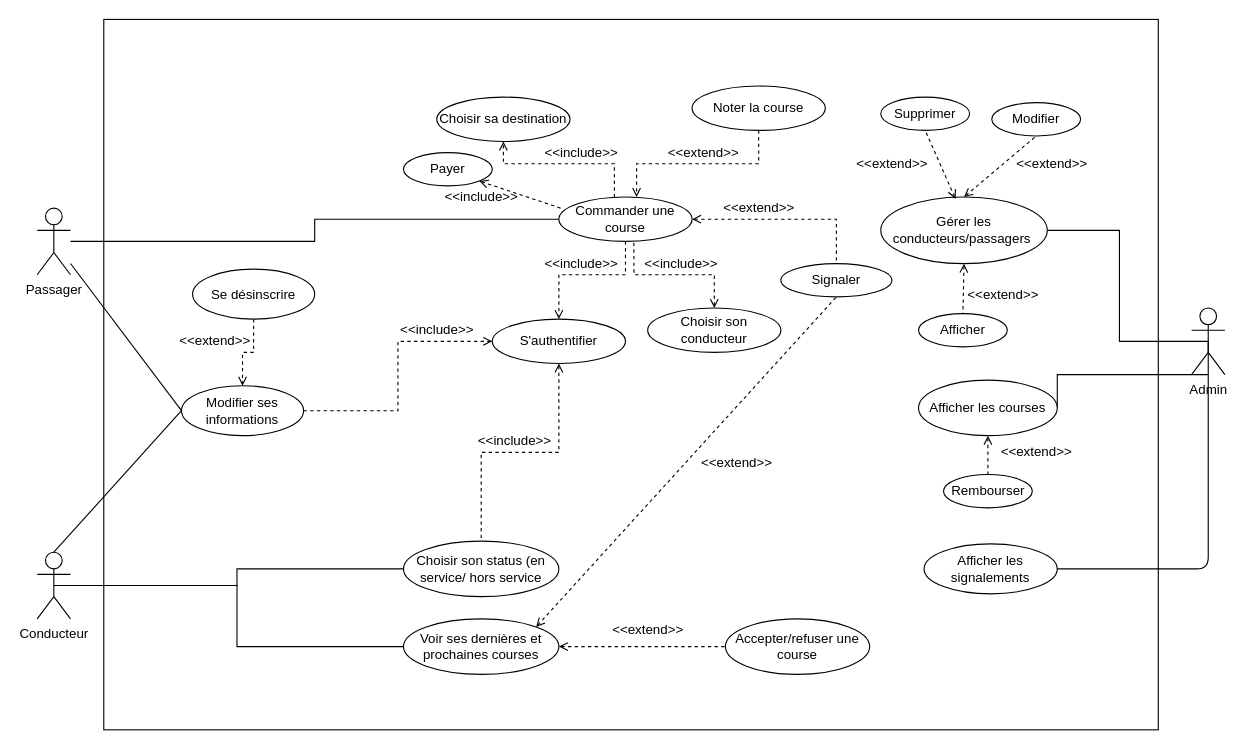
Above: gestion_de_projet/cas-utilisation.drawio in mboultoureau/utaxi (draw.io), before the change. Source tidied: cells renumbered, new cells numbered last; positions are measured from the earlier drawing's top-left corner, leaving out a move shared by most shapes. Both pictures are drawn from the tidied source at 111%, with x=0, y=0 at pixel (37, 19).
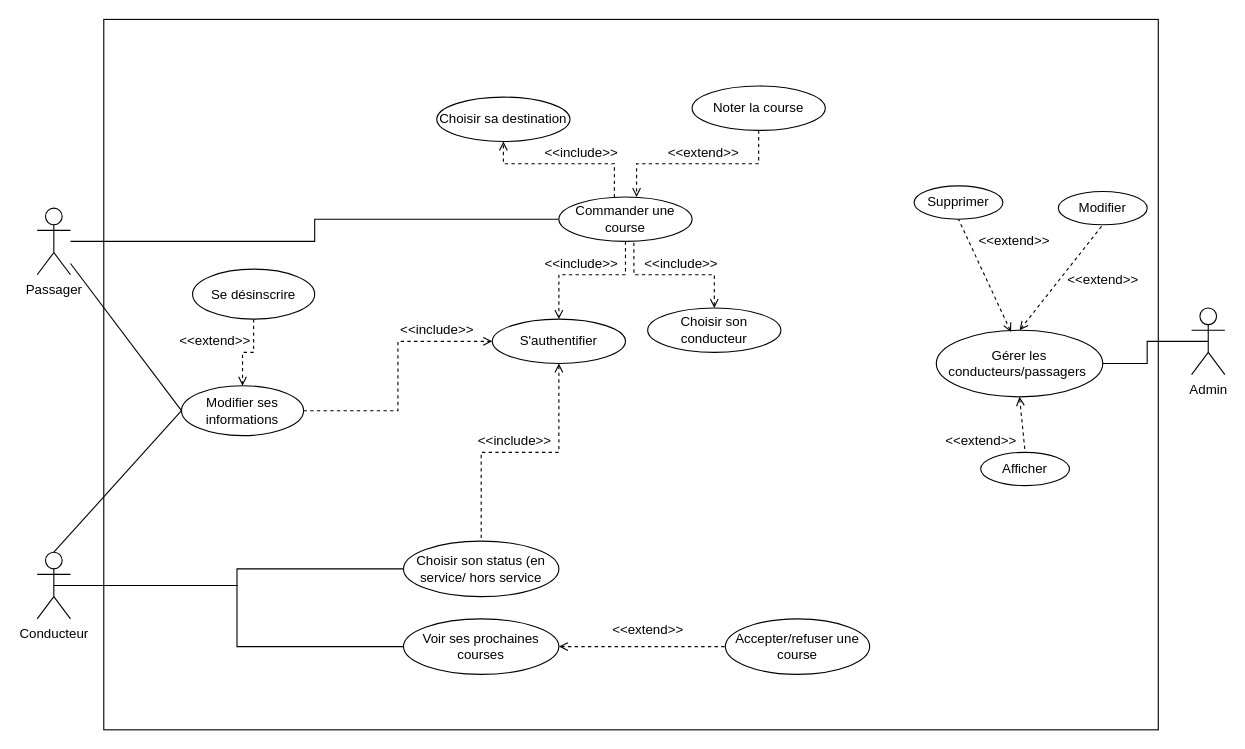
After the change.

Commit message:
modification du diagramme de cas d'utilisaation

Unchanged cells that the change refers to:
```xml
<mxCell id="6" value="Admin" style="shape=umlActor;verticalLabelPosition=bottom;labelBackgroundColor=#ffffff;verticalAlign=top;html=1;outlineConnect=0;" parent="1" vertex="1">
  <mxGeometry x="1040" y="260" width="30" height="60" as="geometry" />
</mxCell>
<mxCell id="14" value="Commander une course" style="ellipse;whiteSpace=wrap;html=1;" parent="1" vertex="1">
  <mxGeometry x="470" y="160" width="120" height="40" as="geometry" />
</mxCell>
```

What changed in the source:
```diff
@@
-    <mxCell id="11" style="edgeStyle=orthogonalEdgeStyle;rounded=0;jettySize=auto;html=1;dashed=1;startArrow=open;startFill=0;endArrow=none;endFill=0;entryX=0.5;entryY=0;entryDx=0;entryDy=0;" parent="1" edge="1" source="14" target="20">
-      <mxGeometry relative="1" as="geometry" />
-    </mxCell>
@@
-    <mxCell id="20" value="Signaler" style="ellipse;whiteSpace=wrap;html=1;" parent="1" vertex="1">
-      <mxGeometry x="670" y="220" width="100" height="30" as="geometry" />
-    </mxCell>
-    <mxCell id="21" value="&amp;lt;&amp;lt;include&amp;gt;&amp;gt;" style="text;html=1;align=center;verticalAlign=middle;" parent="1" vertex="1">
-      <mxGeometry x="360" y="150" width="80" height="20" as="geometry" />
-    </mxCell>
     <mxCell id="22" value="Gérer les conducteurs/passagers&amp;nbsp;" style="ellipse;whiteSpace=wrap;html=1;" parent="1" vertex="1">
-      <mxGeometry x="760" y="160" width="150" height="60" as="geometry" />
+      <mxGeometry x="810" y="280" width="150" height="60" as="geometry" />
     </mxCell>
@@
-    <mxCell id="34" value="Voir ses dernières et prochaines courses" style="ellipse;whiteSpace=wrap;html=1;" parent="1" vertex="1">
+    <mxCell id="34" value="Voir ses prochaines courses" style="ellipse;whiteSpace=wrap;html=1;" parent="1" vertex="1">
       <mxGeometry x="330" y="540" width="140" height="50" as="geometry" />
     </mxCell>
@@
     <mxCell id="42" value="Modifier" style="ellipse;whiteSpace=wrap;html=1;" parent="1" vertex="1">
-      <mxGeometry x="860" y="75" width="80" height="30" as="geometry" />
+      <mxGeometry x="920" y="155" width="80" height="30" as="geometry" />
     </mxCell>
@@
     <mxCell id="44" value="&amp;lt;&amp;lt;extend&amp;gt;&amp;gt;" style="text;html=1;align=center;verticalAlign=middle;" parent="1" vertex="1">
-      <mxGeometry x="874" y="120" width="80" height="20" as="geometry" />
+      <mxGeometry x="920" y="225" width="80" height="20" as="geometry" />
     </mxCell>
     <mxCell id="45" value="Supprimer" style="ellipse;whiteSpace=wrap;html=1;" parent="1" vertex="1">
-      <mxGeometry x="760" y="70" width="80" height="30" as="geometry" />
+      <mxGeometry x="790" y="150" width="80" height="30" as="geometry" />
     </mxCell>
@@
     <mxCell id="47" value="&amp;lt;&amp;lt;extend&amp;gt;&amp;gt;" style="text;html=1;align=center;verticalAlign=middle;" parent="1" vertex="1">
-      <mxGeometry x="730" y="120" width="80" height="20" as="geometry" />
+      <mxGeometry x="840" y="190" width="80" height="20" as="geometry" />
     </mxCell>
     <mxCell id="48" value="Afficher" style="ellipse;whiteSpace=wrap;html=1;" parent="1" vertex="1">
-      <mxGeometry x="794" y="265" width="80" height="30" as="geometry" />
+      <mxGeometry x="850" y="390" width="80" height="30" as="geometry" />
     </mxCell>
@@
     <mxCell id="50" value="&amp;lt;&amp;lt;extend&amp;gt;&amp;gt;" style="text;html=1;align=center;verticalAlign=middle;" parent="1" vertex="1">
-      <mxGeometry x="830" y="237.5" width="80" height="20" as="geometry" />
+      <mxGeometry x="810" y="370" width="80" height="20" as="geometry" />
     </mxCell>
-    <mxCell id="51" style="edgeStyle=orthogonalEdgeStyle;rounded=0;jettySize=auto;html=1;startArrow=none;startFill=0;endArrow=none;endFill=0;entryX=1;entryY=0.5;entryDx=0;entryDy=0;exitX=0.5;exitY=0.5;exitDx=0;exitDy=0;exitPerimeter=0;" parent="1" edge="1" source="6" target="52">
-      <mxGeometry relative="1" as="geometry">
-        <Array as="points">
-          <mxPoint x="1055" y="320" />
-          <mxPoint x="919" y="320" />
-        </Array>
-      </mxGeometry>
-    </mxCell>
-    <mxCell id="52" value="Afficher les courses" style="ellipse;whiteSpace=wrap;html=1;" parent="1" vertex="1">
-      <mxGeometry x="794" y="325" width="125" height="50" as="geometry" />
-    </mxCell>
-    <mxCell id="53" value="Rembourser" style="ellipse;whiteSpace=wrap;html=1;" parent="1" vertex="1">
-      <mxGeometry x="816.5" y="410" width="80" height="30" as="geometry" />
-    </mxCell>
-    <mxCell id="54" value="&amp;lt;&amp;lt;extend&amp;gt;&amp;gt;" style="text;html=1;align=center;verticalAlign=middle;" parent="1" vertex="1">
-      <mxGeometry x="860" y="380" width="80" height="20" as="geometry" />
-    </mxCell>
-    <mxCell id="55" style="endArrow=none;dashed=1;html=1;endFill=0;startArrow=open;startFill=0;entryX=0.5;entryY=0;entryDx=0;entryDy=0;exitX=0.5;exitY=1;exitDx=0;exitDy=0;" parent="1" edge="1" source="52" target="53">
-      <mxGeometry relative="1" as="geometry" />
-    </mxCell>
-    <mxCell id="56" value="Afficher les signalements" style="ellipse;whiteSpace=wrap;html=1;" parent="1" vertex="1">
-      <mxGeometry x="799" y="472.5" width="120" height="45" as="geometry" />
-    </mxCell>
-    <mxCell id="57" style="endArrow=none;html=1;exitX=1;exitY=0.5;exitDx=0;exitDy=0;" parent="1" edge="1" source="56">
-      <mxGeometry relative="1" as="geometry">
-        <mxPoint x="1055" y="320" as="targetPoint" />
-        <Array as="points">
-          <mxPoint x="1055" y="495" />
-        </Array>
-      </mxGeometry>
-    </mxCell>
-    <mxCell id="58" value="Payer" style="ellipse;whiteSpace=wrap;html=1;" parent="1" vertex="1">
-      <mxGeometry x="330" y="120" width="80" height="30" as="geometry" />
-    </mxCell>
-    <mxCell id="59" style="endArrow=none;dashed=1;html=1;entryX=0.037;entryY=0.275;entryDx=0;entryDy=0;exitX=1;exitY=1;exitDx=0;exitDy=0;startArrow=open;startFill=0;endFill=0;entryPerimeter=0;" parent="1" edge="1" source="58" target="14">
-      <mxGeometry relative="1" as="geometry" />
-    </mxCell>
-    <mxCell id="60" value="&amp;lt;&amp;lt;extend&amp;gt;&amp;gt;" style="text;html=1;align=center;verticalAlign=middle;" parent="1" vertex="1">
-      <mxGeometry x="610" y="160" width="80" height="20" as="geometry" />
-    </mxCell>
-    <mxCell id="61" style="endArrow=none;dashed=1;html=1;exitX=1;exitY=0;exitDx=0;exitDy=0;entryX=0.5;entryY=1;entryDx=0;entryDy=0;endFill=0;startArrow=open;startFill=0;" parent="1" edge="1" source="34" target="20">
-      <mxGeometry relative="1" as="geometry" />
-    </mxCell>
-    <mxCell id="62" value="&amp;lt;&amp;lt;extend&amp;gt;&amp;gt;" style="text;html=1;align=center;verticalAlign=middle;" parent="1" vertex="1">
-      <mxGeometry x="590" y="390" width="80" height="20" as="geometry" />
-    </mxCell>
```
